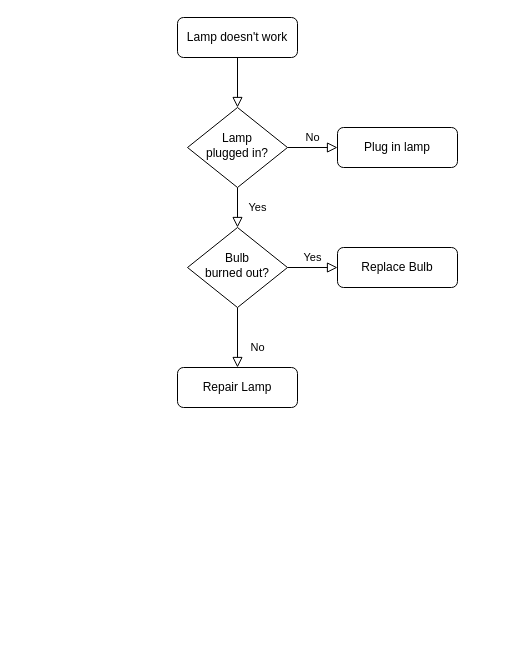
Earlier version of the draw.io diagram Untitled Diagram.drawio (AReynolds6/Vending-Machine-for-CSCE-086). Source tidied: cells renumbered, new cells numbered last; positions are measured from the earlier drawing's top-left corner, leaving out a move shared by most shapes. Both pictures are drawn from the tidied source at 100%, with x=0, y=0 at pixel (177, 17).
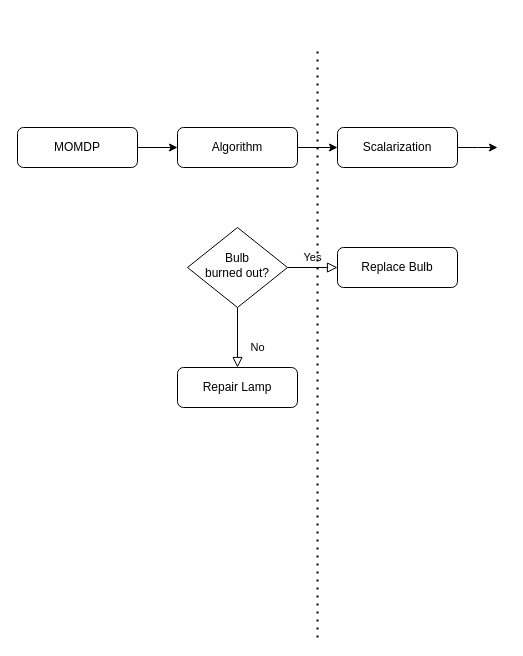
The same diagram, later.

Change to the diagram source:
```diff
@@
 <mxGraphModel>
   <root>
     <mxCell id="0" />
     <mxCell id="1" parent="0" />
-    <mxCell id="2" style="rounded=0;html=1;jettySize=auto;fontSize=11;endArrow=block;endFill=0;endSize=8;strokeWidth=1;shadow=0;labelBackgroundColor=none;edgeStyle=orthogonalEdgeStyle;" parent="1" edge="1" source="3" target="6">
+    <mxCell id="2" style="rounded=0;html=1;jettySize=auto;fontSize=11;endArrow=classic;endFill=1;endSize=6;strokeWidth=1;shadow=0;labelBackgroundColor=none;edgeStyle=orthogonalEdgeStyle;entryX=0;entryY=0.5;entryDx=0;entryDy=0;" parent="1" edge="1" source="3" target="7">
       <mxGeometry relative="1" as="geometry" />
     </mxCell>
-    <mxCell id="3" value="Lamp doesn't work" style="rounded=1;whiteSpace=wrap;html=1;fontSize=12;glass=0;strokeWidth=1;shadow=0;" parent="1" vertex="1">
-      <mxGeometry width="120" height="40" as="geometry" />
+    <mxCell id="3" value="MOMDP" style="rounded=1;whiteSpace=wrap;html=1;fontSize=12;glass=0;strokeWidth=1;shadow=0;" parent="1" vertex="1">
+      <mxGeometry x="-160" y="110" width="120" height="40" as="geometry" />
     </mxCell>
-    <mxCell id="4" value="Yes" style="rounded=0;html=1;jettySize=auto;fontSize=11;endArrow=block;endFill=0;endSize=8;strokeWidth=1;shadow=0;labelBackgroundColor=none;edgeStyle=orthogonalEdgeStyle;" parent="1" edge="1" source="6" target="10">
+    <mxCell id="4" style="rounded=0;html=1;jettySize=auto;fontSize=11;endArrow=classic;endFill=1;endSize=6;strokeWidth=1;shadow=0;labelBackgroundColor=none;edgeStyle=orthogonalEdgeStyle;exitX=1;exitY=0.5;exitDx=0;exitDy=0;entryX=0;entryY=0.5;entryDx=0;entryDy=0;" parent="1" edge="1" source="7" target="14">
       <mxGeometry y="20" relative="1" as="geometry" />
     </mxCell>
-    <mxCell id="5" value="No" style="edgeStyle=orthogonalEdgeStyle;rounded=0;html=1;jettySize=auto;fontSize=11;endArrow=block;endFill=0;endSize=8;strokeWidth=1;shadow=0;labelBackgroundColor=none;" parent="1" edge="1" source="6" target="7">
-      <mxGeometry y="10" relative="1" as="geometry" />
-    </mxCell>
-    <mxCell id="6" value="Lamp&lt;br&gt;plugged in?" style="rhombus;whiteSpace=wrap;html=1;shadow=0;fontFamily=Helvetica;fontSize=12;align=center;strokeWidth=1;spacing=6;spacingTop=-4;" parent="1" vertex="1">
-      <mxGeometry x="10" y="90" width="100" height="80" as="geometry" />
-    </mxCell>
-    <mxCell id="7" value="Plug in lamp" style="rounded=1;whiteSpace=wrap;html=1;fontSize=12;glass=0;strokeWidth=1;shadow=0;" parent="1" vertex="1">
-      <mxGeometry x="160" y="110" width="120" height="40" as="geometry" />
+    <mxCell id="7" value="Algorithm" style="rounded=1;whiteSpace=wrap;html=1;fontSize=12;glass=0;strokeWidth=1;shadow=0;" parent="1" vertex="1">
+      <mxGeometry y="110" width="120" height="40" as="geometry" />
     </mxCell>
     <mxCell id="8" value="No" style="rounded=0;html=1;jettySize=auto;fontSize=11;endArrow=block;endFill=0;endSize=8;strokeWidth=1;shadow=0;labelBackgroundColor=none;edgeStyle=orthogonalEdgeStyle;" parent="1" edge="1" source="10" target="11">
       <mxGeometry x="0.33" y="20" relative="1" as="geometry" />
     </mxCell>
     <mxCell id="9" value="Yes" style="edgeStyle=orthogonalEdgeStyle;rounded=0;html=1;jettySize=auto;fontSize=11;endArrow=block;endFill=0;endSize=8;strokeWidth=1;shadow=0;labelBackgroundColor=none;" parent="1" edge="1" source="10" target="12">
       <mxGeometry y="10" relative="1" as="geometry" />
     </mxCell>
     <mxCell id="10" value="Bulb&lt;br&gt;burned out?" style="rhombus;whiteSpace=wrap;html=1;shadow=0;fontFamily=Helvetica;fontSize=12;align=center;strokeWidth=1;spacing=6;spacingTop=-4;" parent="1" vertex="1">
       <mxGeometry x="10" y="210" width="100" height="80" as="geometry" />
     </mxCell>
     <mxCell id="11" value="Repair Lamp" style="rounded=1;whiteSpace=wrap;html=1;fontSize=12;glass=0;strokeWidth=1;shadow=0;" parent="1" vertex="1">
       <mxGeometry y="350" width="120" height="40" as="geometry" />
     </mxCell>
     <mxCell id="12" value="Replace Bulb" style="rounded=1;whiteSpace=wrap;html=1;fontSize=12;glass=0;strokeWidth=1;shadow=0;" parent="1" vertex="1">
       <mxGeometry x="160" y="230" width="120" height="40" as="geometry" />
     </mxCell>
+    <mxCell id="13" style="endArrow=none;dashed=1;html=1;dashPattern=1 3;strokeWidth=2;rounded=0;" parent="1" edge="1">
+      <mxGeometry relative="1" as="geometry">
+        <mxPoint x="140" y="620" as="sourcePoint" />
+        <mxPoint x="140" y="30" as="targetPoint" />
+      </mxGeometry>
+    </mxCell>
+    <mxCell id="14" value="Scalarization" style="rounded=1;whiteSpace=wrap;html=1;fontSize=12;glass=0;strokeWidth=1;shadow=0;" parent="1" vertex="1">
+      <mxGeometry x="160" y="110" width="120" height="40" as="geometry" />
+    </mxCell>
+    <mxCell id="15" style="edgeStyle=orthogonalEdgeStyle;rounded=0;jettySize=auto;html=1;exitX=1;exitY=0.5;exitDx=0;exitDy=0;" parent="1" edge="1" source="14">
+      <mxGeometry relative="1" as="geometry">
+        <mxPoint x="320" y="130" as="targetPoint" />
+      </mxGeometry>
+    </mxCell>
   </root>
 </mxGraphModel>
```
